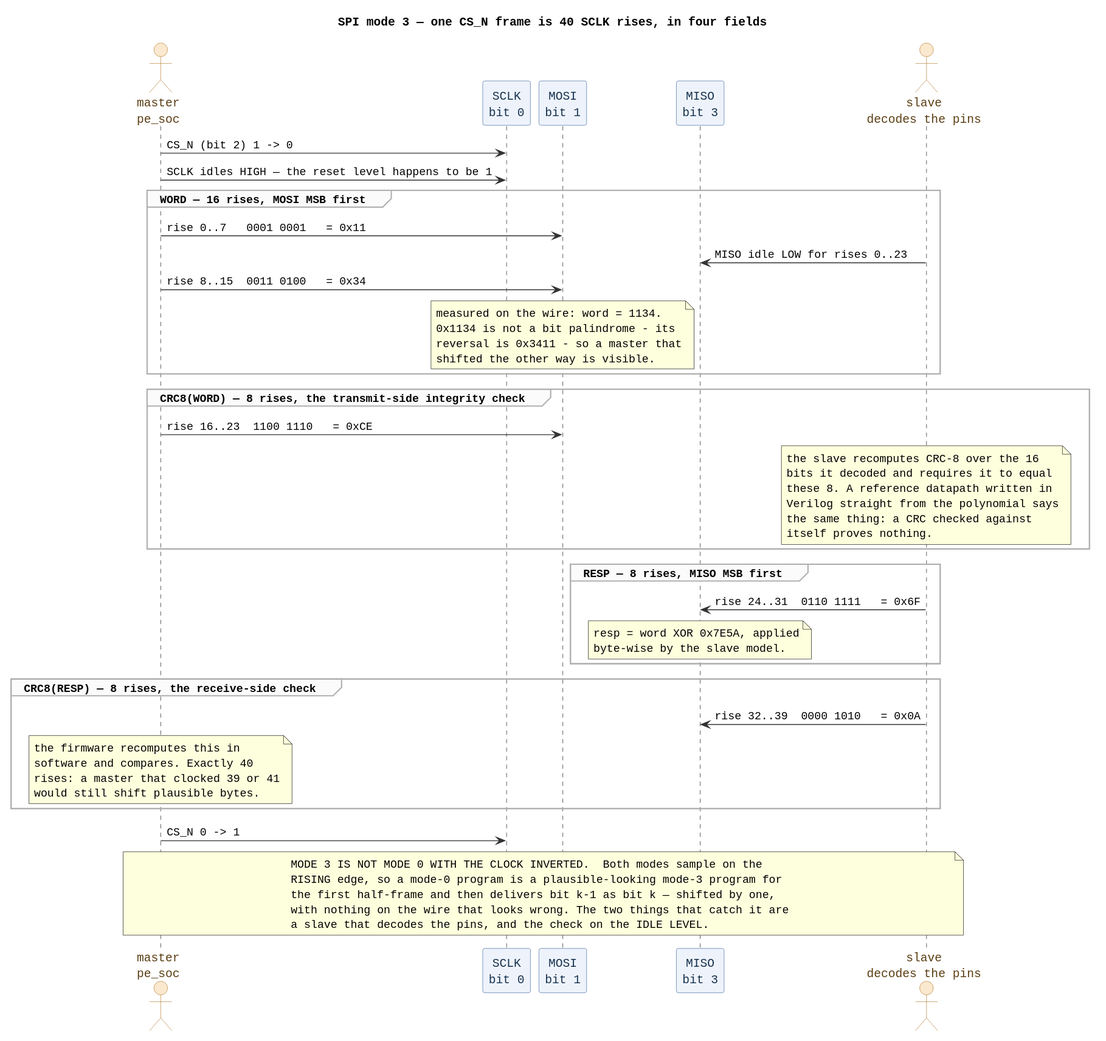
Before: diagrams/proto-spi3-crc_001.svg, a diagram exported from PlantUML (smprather/janestreet-blog-serial-protocol-emulator).
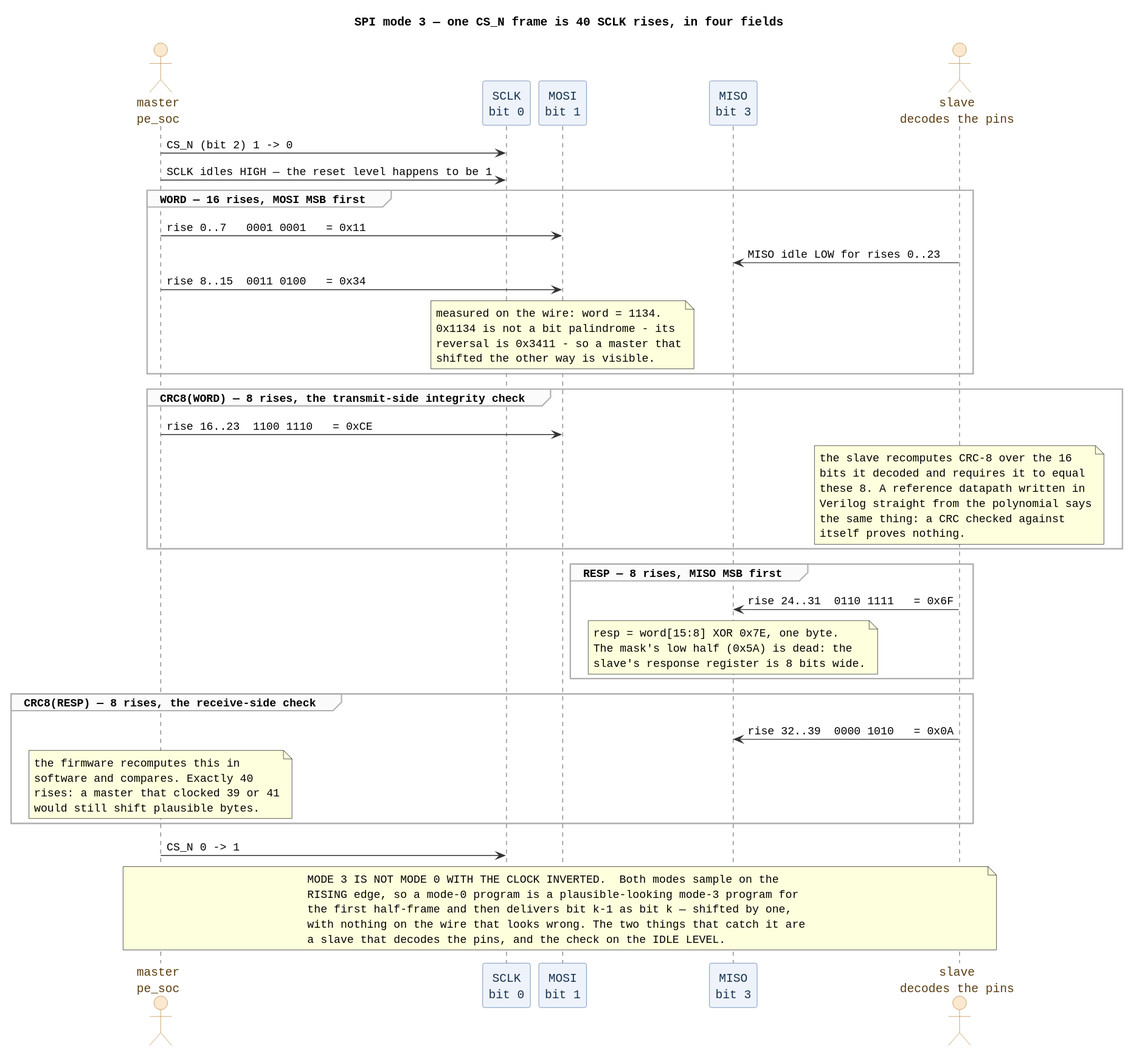
The same diagram one commit later.

Change to the diagram source:
```diff
@@ -44,8 +44,9 @@
 group RESP — 8 rises, MISO MSB first
   S -> I : rise 24..31  0110 1111   = 0x6F
   note over I
-    resp = word XOR 0x7E5A, applied
-    byte-wise by the slave model.
+    resp = word[15:8] XOR 0x7E, one byte.
+    The mask's low half (0x5A) is dead: the
+    slave's response register is 8 bits wide.
   end note
 end group
 group CRC8(RESP) — 8 rises, the receive-side check
```
